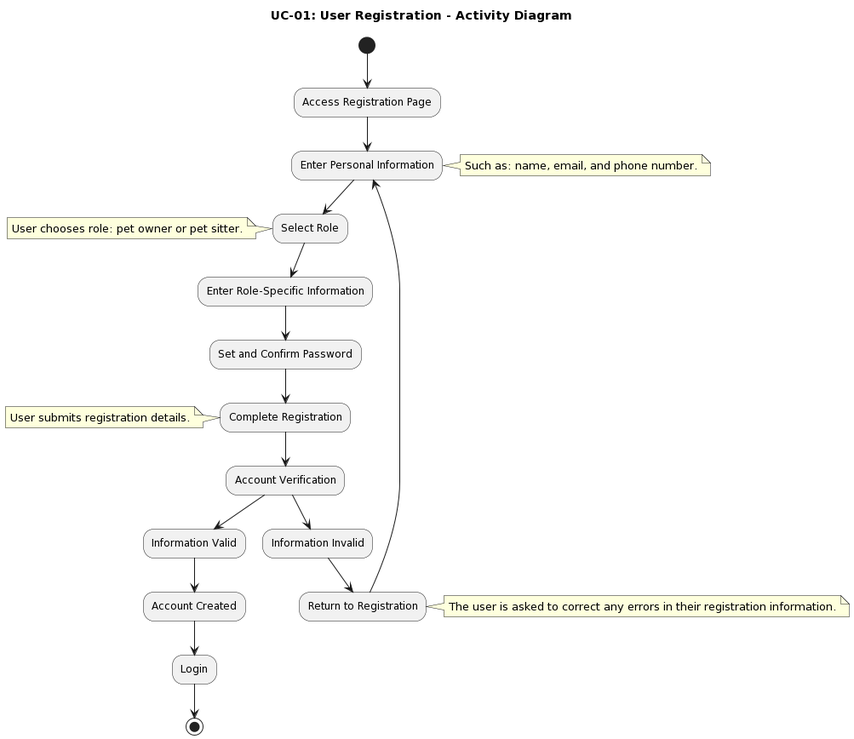
IrenePorta/PetSitters keeps this PlantUML diagram as Documents/PlantUML/UC-01_ACTIVITY_Diagram.png. Above is the earlier version.
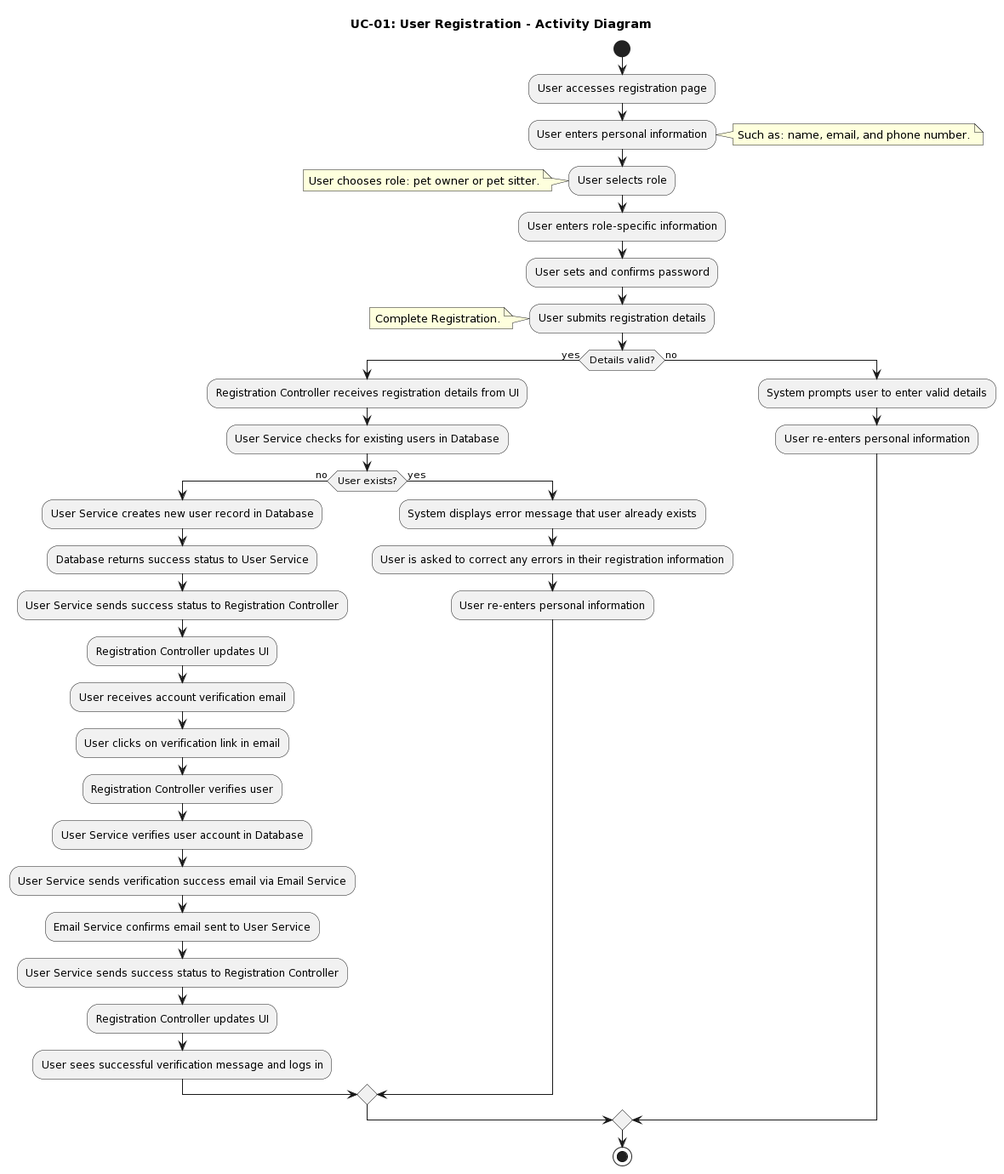
Above is the later version.

Diff of the diagram source:
```diff
@@ -1,33 +1,71 @@
 @startuml
 title UC-01: User Registration - Activity Diagram
 
-(*) --> "Access Registration Page"
+start
 
-"Access Registration Page" --> "Enter Personal Information"
+:User accesses registration page;
+
+:User enters personal information;
 note right: Such as: name, email, and phone number.
 
-"Enter Personal Information" --> "Select Role"
+:User selects role;
 note left: User chooses role: pet owner or pet sitter.
 
-"Select Role" --> "Enter Role-Specific Information"
+:User enters role-specific information;
 
-"Enter Role-Specific Information" --> "Set and Confirm Password"
+:User sets and confirms password;
 
-"Set and Confirm Password" --> "Complete Registration"
-note left: User submits registration details.
+:User submits registration details;
+note left: Complete Registration.
 
-"Complete Registration" --> "Account Verification"
+if (Details valid?) then (yes)
 
-"Account Verification" --> "Information Valid"
+  :Registration Controller receives registration details from UI;
 
-"Information Valid" --> "Account Created"
+  :User Service checks for existing users in Database;
 
-"Account Created" --> "Login"
+  if (User exists?) then (no)
 
-"Account Verification" --> "Information Invalid"
-"Information Invalid" --> "Return to Registration"
-note right: The user is asked to correct any errors in their registration information.
-"Return to Registration" --> "Enter Personal Information"
+    :User Service creates new user record in Database;
 
-"Login" --> (*)
+    :Database returns success status to User Service;
+
+    :User Service sends success status to Registration Controller;
+
+    :Registration Controller updates UI;
+
+    :User receives account verification email;
+
+    :User clicks on verification link in email;
+
+    :Registration Controller verifies user;
+
+    :User Service verifies user account in Database;
+
+    :User Service sends verification success email via Email Service;
+
+    :Email Service confirms email sent to User Service;
+
+    :User Service sends success status to Registration Controller;
+
+    :Registration Controller updates UI;
+
+    :User sees successful verification message and logs in;
+
+  else (yes)
+
+    :System displays error message that user already exists;
+    :User is asked to correct any errors in their registration information;
+    :User re-enters personal information;
+
+  endif
+
+else (no)
+
+  :System prompts user to enter valid details;
+  :User re-enters personal information;
+
+endif
+
+stop
 @enduml
```
